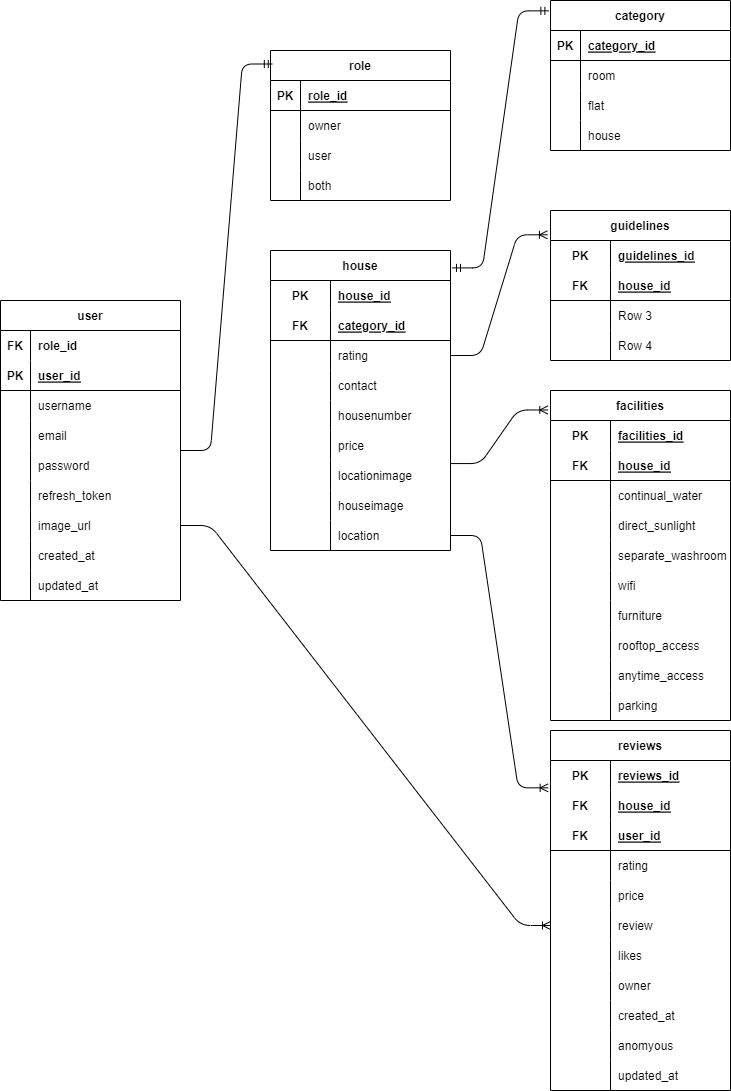
This is datamodeling.png from romanpoudel/resi-review, a draw.io export, as it was before one commit. Source tidied: cells renumbered, new cells last; positions are measured from the earlier drawing's top-left corner, leaving out a move shared by most shapes.
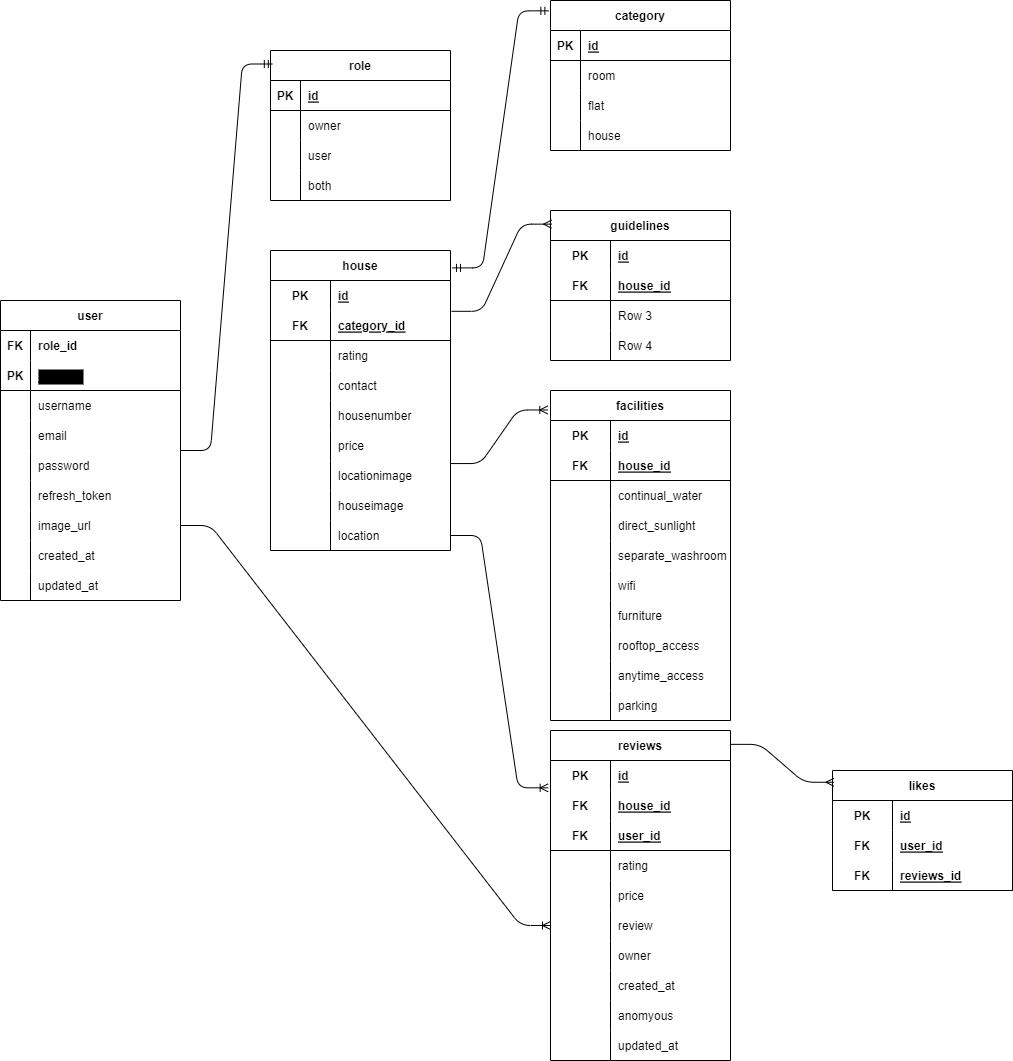
The same file after the commit.

What changed in the source:
```diff
@@ -1,4 +1,4 @@
-<mxGraphModel background="#FFFFFF">
+<mxGraphModel>
   <root>
     <mxCell id="0" />
     <mxCell id="1" parent="0" />
@@ -20,7 +20,7 @@
     <mxCell id="7" value="PK" style="shape=partialRectangle;fillColor=none;top=0;left=0;bottom=0;right=0;fontStyle=1;overflow=hidden;" parent="6" vertex="1">
       <mxGeometry width="30" height="30" as="geometry" />
     </mxCell>
-    <mxCell id="8" value="user_id" style="shape=partialRectangle;fillColor=none;top=0;left=0;bottom=0;right=0;align=left;spacingLeft=6;fontStyle=5;overflow=hidden;" parent="6" vertex="1">
+    <mxCell id="8" value="user_id" style="shape=partialRectangle;fillColor=none;top=0;left=0;bottom=0;right=0;align=left;spacingLeft=6;fontStyle=5;overflow=hidden;labelBackgroundColor=#000000;" parent="6" vertex="1">
       <mxGeometry x="30" width="150" height="30" as="geometry" />
     </mxCell>
     <mxCell id="9" style="shape=tableRow;horizontal=0;startSize=0;swimlaneHead=0;swimlaneBody=0;fillColor=none;top=0;left=0;right=0;bottom=0;" parent="2" vertex="1">
@@ -95,7 +95,7 @@
     <mxCell id="32" value="PK" style="shape=partialRectangle;fillColor=none;top=0;left=0;bottom=0;right=0;fontStyle=1;overflow=hidden;" parent="31" vertex="1">
       <mxGeometry width="30" height="30" as="geometry" />
     </mxCell>
-    <mxCell id="33" value="category_id" style="shape=partialRectangle;fillColor=none;top=0;left=0;bottom=0;right=0;align=left;spacingLeft=6;fontStyle=5;overflow=hidden;" parent="31" vertex="1">
+    <mxCell id="33" value="id" style="shape=partialRectangle;fillColor=none;top=0;left=0;bottom=0;right=0;align=left;spacingLeft=6;fontStyle=5;overflow=hidden;" parent="31" vertex="1">
       <mxGeometry x="30" width="150" height="30" as="geometry" />
     </mxCell>
     <mxCell id="34" style="shape=tableRow;horizontal=0;startSize=0;swimlaneHead=0;swimlaneBody=0;fillColor=none;top=0;left=0;right=0;bottom=0;" parent="30" vertex="1">
@@ -125,9 +125,6 @@
     <mxCell id="42" value="house" style="shape=partialRectangle;fillColor=none;top=0;left=0;bottom=0;right=0;align=left;spacingLeft=6;overflow=hidden;" parent="40" vertex="1">
       <mxGeometry x="30" width="150" height="30" as="geometry" />
     </mxCell>
-    <mxCell id="43" style="edgeStyle=entityRelationEdgeStyle;fontSize=12;html=1;endArrow=ERoneToMany;entryX=-0.017;entryY=0.162;entryDx=0;entryDy=0;entryPerimeter=0;exitX=1;exitY=0.5;exitDx=0;exitDy=0;" parent="1" edge="1" source="53" target="124">
-      <mxGeometry relative="1" as="geometry" />
-    </mxCell>
     <mxCell id="44" style="edgeStyle=entityRelationEdgeStyle;fontSize=12;html=1;endArrow=ERmandOne;startArrow=ERmandOne;entryX=-0.009;entryY=0.069;entryDx=0;entryDy=0;entryPerimeter=0;exitX=1.011;exitY=0.058;exitDx=0;exitDy=0;exitPerimeter=0;" parent="1" edge="1" source="46" target="30">
       <mxGeometry relative="1" as="geometry" />
     </mxCell>
@@ -143,7 +140,7 @@
     <mxCell id="48" value="PK" style="shape=partialRectangle;fillColor=none;top=0;left=0;bottom=0;right=0;fontStyle=1;overflow=hidden;" parent="47" vertex="1">
       <mxGeometry width="60" height="30" as="geometry" />
     </mxCell>
-    <mxCell id="49" value="house_id" style="shape=partialRectangle;fillColor=none;top=0;left=0;bottom=0;right=0;align=left;spacingLeft=6;fontStyle=5;overflow=hidden;" parent="47" vertex="1">
+    <mxCell id="49" value="id" style="shape=partialRectangle;fillColor=none;top=0;left=0;bottom=0;right=0;align=left;spacingLeft=6;fontStyle=5;overflow=hidden;" parent="47" vertex="1">
       <mxGeometry x="60" width="120" height="30" as="geometry" />
     </mxCell>
     <mxCell id="50" style="shape=tableRow;horizontal=0;startSize=0;swimlaneHead=0;swimlaneBody=0;fillColor=none;top=0;left=0;right=0;bottom=1;" parent="46" vertex="1">
@@ -227,7 +224,7 @@
     <mxCell id="76" value="PK" style="shape=partialRectangle;fillColor=none;top=0;left=0;bottom=0;right=0;fontStyle=1;overflow=hidden;" parent="75" vertex="1">
       <mxGeometry width="30" height="30" as="geometry" />
     </mxCell>
-    <mxCell id="77" value="role_id" style="shape=partialRectangle;fillColor=none;top=0;left=0;bottom=0;right=0;align=left;spacingLeft=6;fontStyle=5;overflow=hidden;" parent="75" vertex="1">
+    <mxCell id="77" value="id" style="shape=partialRectangle;fillColor=none;top=0;left=0;bottom=0;right=0;align=left;spacingLeft=6;fontStyle=5;overflow=hidden;" parent="75" vertex="1">
       <mxGeometry x="30" width="150" height="30" as="geometry" />
     </mxCell>
     <mxCell id="78" style="shape=tableRow;horizontal=0;startSize=0;swimlaneHead=0;swimlaneBody=0;fillColor=none;top=0;left=0;right=0;bottom=0;" parent="74" vertex="1">
@@ -261,7 +258,7 @@
       <mxGeometry relative="1" as="geometry" />
     </mxCell>
     <mxCell id="88" value="reviews" style="shape=table;startSize=30;rowLines=0;fontStyle=1;align=center;" parent="1" vertex="1">
-      <mxGeometry x="550" y="730" width="180" height="360" as="geometry" />
+      <mxGeometry x="550" y="730" width="180" height="330" as="geometry" />
     </mxCell>
     <mxCell id="89" style="shape=tableRow;horizontal=0;startSize=0;swimlaneHead=0;swimlaneBody=0;fillColor=none;top=0;left=0;right=0;bottom=0;" parent="88" vertex="1">
       <mxGeometry y="30" width="180" height="30" as="geometry" />
@@ -269,7 +266,7 @@
     <mxCell id="90" value="PK" style="shape=partialRectangle;fillColor=none;top=0;left=0;bottom=0;right=0;fontStyle=1;overflow=hidden;" parent="89" vertex="1">
       <mxGeometry width="60" height="30" as="geometry" />
     </mxCell>
-    <mxCell id="91" value="reviews_id" style="shape=partialRectangle;fillColor=none;top=0;left=0;bottom=0;right=0;align=left;spacingLeft=6;fontStyle=5;overflow=hidden;" parent="89" vertex="1">
+    <mxCell id="91" value="id" style="shape=partialRectangle;fillColor=none;top=0;left=0;bottom=0;right=0;align=left;spacingLeft=6;fontStyle=5;overflow=hidden;" parent="89" vertex="1">
       <mxGeometry x="60" width="120" height="30" as="geometry" />
     </mxCell>
     <mxCell id="92" style="shape=tableRow;horizontal=0;startSize=0;swimlaneHead=0;swimlaneBody=0;fillColor=none;points=[[0,0.5],[1,0.5]];portConstraint=eastwest;top=0;left=0;right=0;bottom=0;" parent="88" vertex="1">
@@ -317,17 +314,8 @@
     <mxCell id="106" value="review" style="shape=partialRectangle;fillColor=none;top=0;left=0;bottom=0;right=0;align=left;spacingLeft=6;overflow=hidden;" parent="104" vertex="1">
       <mxGeometry x="60" width="120" height="30" as="geometry" />
     </mxCell>
-    <mxCell id="107" style="shape=tableRow;horizontal=0;startSize=0;swimlaneHead=0;swimlaneBody=0;fillColor=none;top=0;left=0;right=0;bottom=0;" parent="88" vertex="1">
-      <mxGeometry y="210" width="180" height="30" as="geometry" />
-    </mxCell>
-    <mxCell id="108" style="shape=partialRectangle;fillColor=none;top=0;left=0;bottom=0;right=0;overflow=hidden;" parent="107" vertex="1">
-      <mxGeometry width="60" height="30" as="geometry" />
-    </mxCell>
-    <mxCell id="109" value="likes" style="shape=partialRectangle;fillColor=none;top=0;left=0;bottom=0;right=0;align=left;spacingLeft=6;overflow=hidden;" parent="107" vertex="1">
-      <mxGeometry x="60" width="120" height="30" as="geometry" />
-    </mxCell>
     <mxCell id="110" style="shape=tableRow;horizontal=0;startSize=0;swimlaneHead=0;swimlaneBody=0;fillColor=none;top=0;left=0;right=0;bottom=0;" parent="88" vertex="1">
-      <mxGeometry y="240" width="180" height="30" as="geometry" />
+      <mxGeometry y="210" width="180" height="30" as="geometry" />
     </mxCell>
     <mxCell id="111" style="shape=partialRectangle;fillColor=none;top=0;left=0;bottom=0;right=0;overflow=hidden;" parent="110" vertex="1">
       <mxGeometry width="60" height="30" as="geometry" />
@@ -336,7 +324,7 @@
       <mxGeometry x="60" width="120" height="30" as="geometry" />
     </mxCell>
     <mxCell id="113" style="shape=tableRow;horizontal=0;startSize=0;swimlaneHead=0;swimlaneBody=0;fillColor=none;top=0;left=0;right=0;bottom=0;" parent="88" vertex="1">
-      <mxGeometry y="270" width="180" height="30" as="geometry" />
+      <mxGeometry y="240" width="180" height="30" as="geometry" />
     </mxCell>
     <mxCell id="114" style="shape=partialRectangle;fillColor=none;top=0;left=0;bottom=0;right=0;overflow=hidden;" parent="113" vertex="1">
       <mxGeometry width="60" height="30" as="geometry" />
@@ -345,7 +333,7 @@
       <mxGeometry x="60" width="120" height="30" as="geometry" />
     </mxCell>
     <mxCell id="116" style="shape=tableRow;horizontal=0;startSize=0;swimlaneHead=0;swimlaneBody=0;fillColor=none;top=0;left=0;right=0;bottom=0;" parent="88" vertex="1">
-      <mxGeometry y="300" width="180" height="30" as="geometry" />
+      <mxGeometry y="270" width="180" height="30" as="geometry" />
     </mxCell>
     <mxCell id="117" style="shape=partialRectangle;fillColor=none;top=0;left=0;bottom=0;right=0;overflow=hidden;" parent="116" vertex="1">
       <mxGeometry width="60" height="30" as="geometry" />
@@ -354,7 +342,7 @@
       <mxGeometry x="60" width="120" height="30" as="geometry" />
     </mxCell>
     <mxCell id="119" style="shape=tableRow;horizontal=0;startSize=0;swimlaneHead=0;swimlaneBody=0;fillColor=none;top=0;left=0;right=0;bottom=0;" parent="88" vertex="1">
-      <mxGeometry y="330" width="180" height="30" as="geometry" />
+      <mxGeometry y="300" width="180" height="30" as="geometry" />
     </mxCell>
     <mxCell id="120" style="shape=partialRectangle;fillColor=none;top=0;left=0;bottom=0;right=0;overflow=hidden;" parent="119" vertex="1">
       <mxGeometry width="60" height="30" as="geometry" />
@@ -379,7 +367,7 @@
     <mxCell id="126" value="PK" style="shape=partialRectangle;fillColor=none;top=0;left=0;bottom=0;right=0;fontStyle=1;overflow=hidden;" parent="125" vertex="1">
       <mxGeometry width="60" height="30" as="geometry" />
     </mxCell>
-    <mxCell id="127" value="guidelines_id" style="shape=partialRectangle;fillColor=none;top=0;left=0;bottom=0;right=0;align=left;spacingLeft=6;fontStyle=5;overflow=hidden;" parent="125" vertex="1">
+    <mxCell id="127" value="id" style="shape=partialRectangle;fillColor=none;top=0;left=0;bottom=0;right=0;align=left;spacingLeft=6;fontStyle=5;overflow=hidden;" parent="125" vertex="1">
       <mxGeometry x="60" width="120" height="30" as="geometry" />
     </mxCell>
     <mxCell id="128" style="shape=tableRow;horizontal=0;startSize=0;swimlaneHead=0;swimlaneBody=0;fillColor=none;top=0;left=0;right=0;bottom=1;" parent="124" vertex="1">
@@ -418,7 +406,7 @@
     <mxCell id="139" value="PK" style="shape=partialRectangle;fillColor=none;top=0;left=0;bottom=0;right=0;fontStyle=1;overflow=hidden;" parent="138" vertex="1">
       <mxGeometry width="60" height="30" as="geometry" />
     </mxCell>
-    <mxCell id="140" value="facilities_id" style="shape=partialRectangle;fillColor=none;top=0;left=0;bottom=0;right=0;align=left;spacingLeft=6;fontStyle=5;overflow=hidden;" parent="138" vertex="1">
+    <mxCell id="140" value="id" style="shape=partialRectangle;fillColor=none;top=0;left=0;bottom=0;right=0;align=left;spacingLeft=6;fontStyle=5;overflow=hidden;" parent="138" vertex="1">
       <mxGeometry x="60" width="120" height="30" as="geometry" />
     </mxCell>
     <mxCell id="141" style="shape=tableRow;horizontal=0;startSize=0;swimlaneHead=0;swimlaneBody=0;fillColor=none;top=0;left=0;right=0;bottom=1;" parent="137" vertex="1">
@@ -502,5 +490,41 @@
     <mxCell id="167" value="parking" style="shape=partialRectangle;fillColor=none;top=0;left=0;bottom=0;right=0;align=left;spacingLeft=6;overflow=hidden;" parent="165" vertex="1">
       <mxGeometry x="60" width="120" height="30" as="geometry" />
     </mxCell>
+    <mxCell id="109" value="likes" style="shape=table;startSize=30;rowLines=0;fontStyle=1;align=center;" parent="1" vertex="1">
+      <mxGeometry x="832" y="770" width="180" height="120" as="geometry" />
+    </mxCell>
+    <mxCell id="168" style="shape=tableRow;horizontal=0;startSize=0;swimlaneHead=0;swimlaneBody=0;fillColor=none;top=0;left=0;right=0;bottom=0;" parent="109" vertex="1">
+      <mxGeometry y="30" width="180" height="30" as="geometry" />
+    </mxCell>
+    <mxCell id="169" value="PK" style="shape=partialRectangle;fillColor=none;top=0;left=0;bottom=0;right=0;fontStyle=1;overflow=hidden;" parent="168" vertex="1">
+      <mxGeometry width="60" height="30" as="geometry" />
+    </mxCell>
+    <mxCell id="170" value="id" style="shape=partialRectangle;fillColor=none;top=0;left=0;bottom=0;right=0;align=left;spacingLeft=6;fontStyle=5;overflow=hidden;" parent="168" vertex="1">
+      <mxGeometry x="60" width="120" height="30" as="geometry" />
+    </mxCell>
+    <mxCell id="171" style="shape=tableRow;horizontal=0;startSize=0;swimlaneHead=0;swimlaneBody=0;fillColor=none;top=0;left=0;right=0;bottom=0;" parent="109" vertex="1">
+      <mxGeometry y="60" width="180" height="30" as="geometry" />
+    </mxCell>
+    <mxCell id="172" value="FK" style="shape=partialRectangle;fillColor=none;top=0;left=0;bottom=0;right=0;fontStyle=1;overflow=hidden;" parent="171" vertex="1">
+      <mxGeometry width="60" height="30" as="geometry" />
+    </mxCell>
+    <mxCell id="173" value="user_id" style="shape=partialRectangle;fillColor=none;top=0;left=0;bottom=0;right=0;align=left;spacingLeft=6;fontStyle=5;overflow=hidden;" parent="171" vertex="1">
+      <mxGeometry x="60" width="120" height="30" as="geometry" />
+    </mxCell>
+    <mxCell id="174" style="shape=tableRow;horizontal=0;startSize=0;swimlaneHead=0;swimlaneBody=0;fillColor=none;top=0;left=0;right=0;bottom=1;" parent="109" vertex="1">
+      <mxGeometry y="90" width="180" height="30" as="geometry" />
+    </mxCell>
+    <mxCell id="175" value="FK" style="shape=partialRectangle;fillColor=none;top=0;left=0;bottom=0;right=0;fontStyle=1;overflow=hidden;" parent="174" vertex="1">
+      <mxGeometry width="60" height="30" as="geometry" />
+    </mxCell>
+    <mxCell id="176" value="reviews_id" style="shape=partialRectangle;fillColor=none;top=0;left=0;bottom=0;right=0;align=left;spacingLeft=6;fontStyle=5;overflow=hidden;" parent="174" vertex="1">
+      <mxGeometry x="60" width="120" height="30" as="geometry" />
+    </mxCell>
+    <mxCell id="177" style="edgeStyle=entityRelationEdgeStyle;fontSize=12;html=1;endArrow=ERmany;exitX=0.997;exitY=0.042;exitDx=0;exitDy=0;exitPerimeter=0;entryX=0.008;entryY=0.098;entryDx=0;entryDy=0;entryPerimeter=0;" parent="1" edge="1" source="88" target="109">
+      <mxGeometry relative="1" as="geometry" />
+    </mxCell>
+    <mxCell id="178" style="edgeStyle=entityRelationEdgeStyle;fontSize=12;html=1;endArrow=ERmany;entryX=0.006;entryY=0.091;entryDx=0;entryDy=0;entryPerimeter=0;exitX=1.006;exitY=1.027;exitDx=0;exitDy=0;exitPerimeter=0;" parent="1" edge="1" source="47" target="124">
+      <mxGeometry relative="1" as="geometry" />
+    </mxCell>
   </root>
 </mxGraphModel>
```
